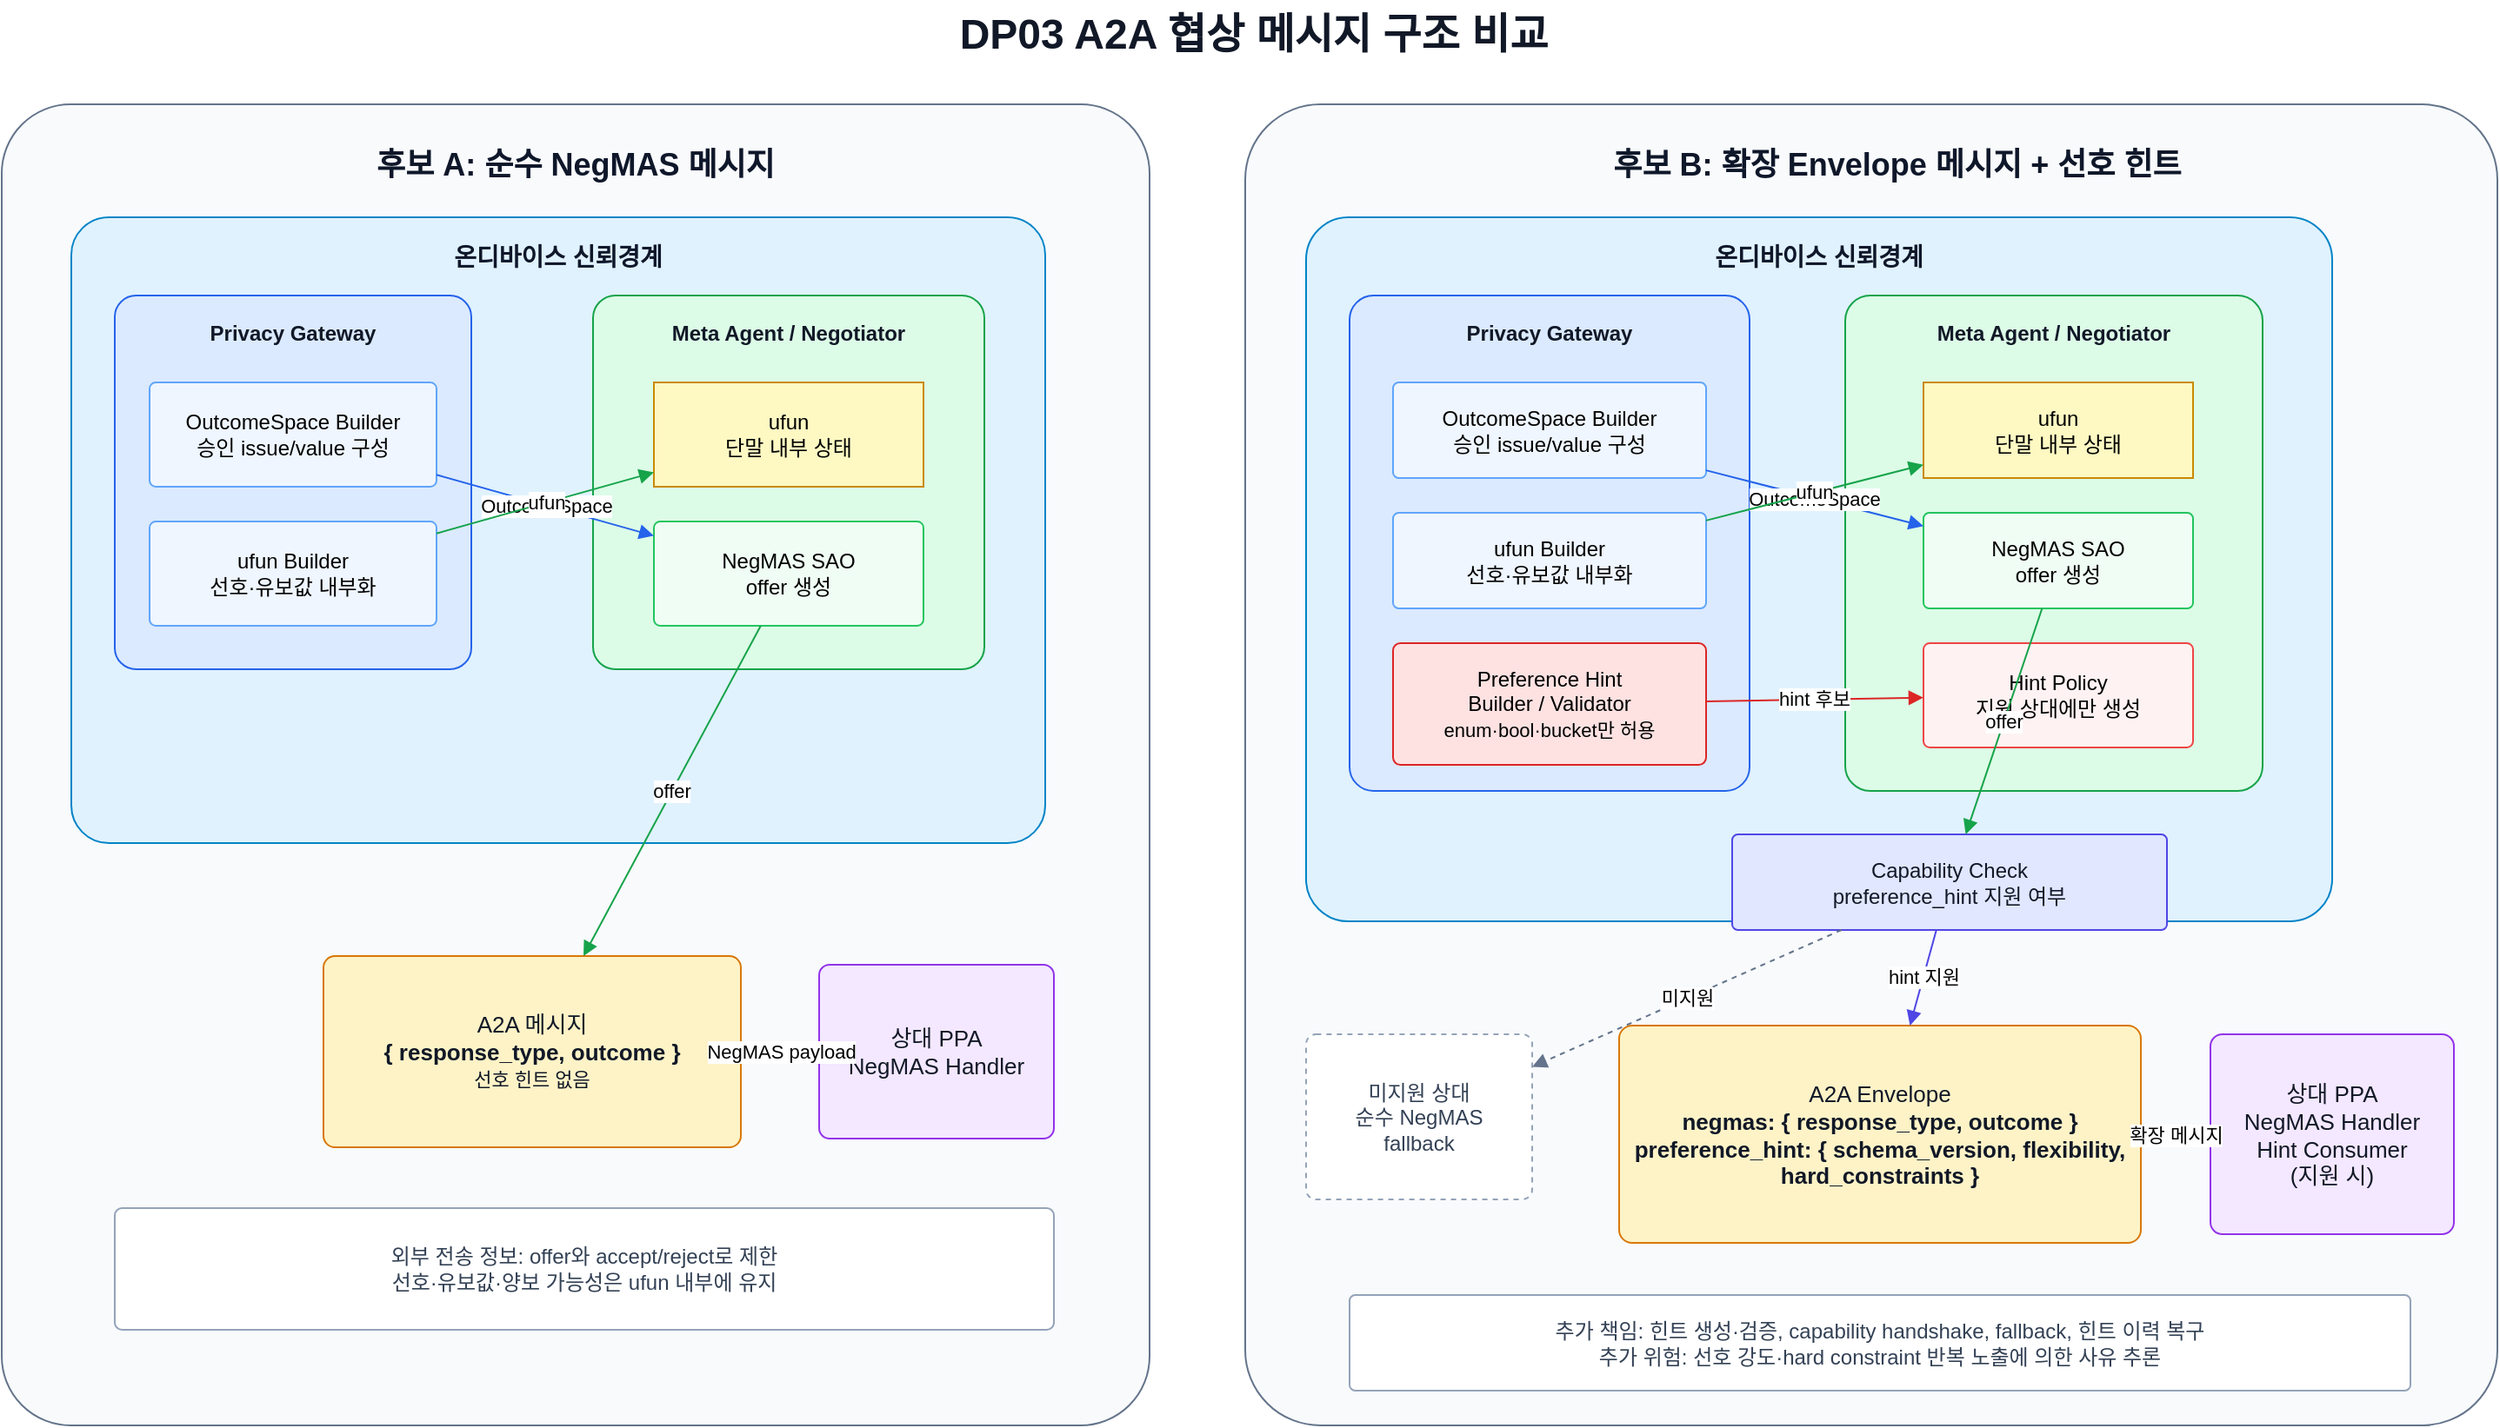
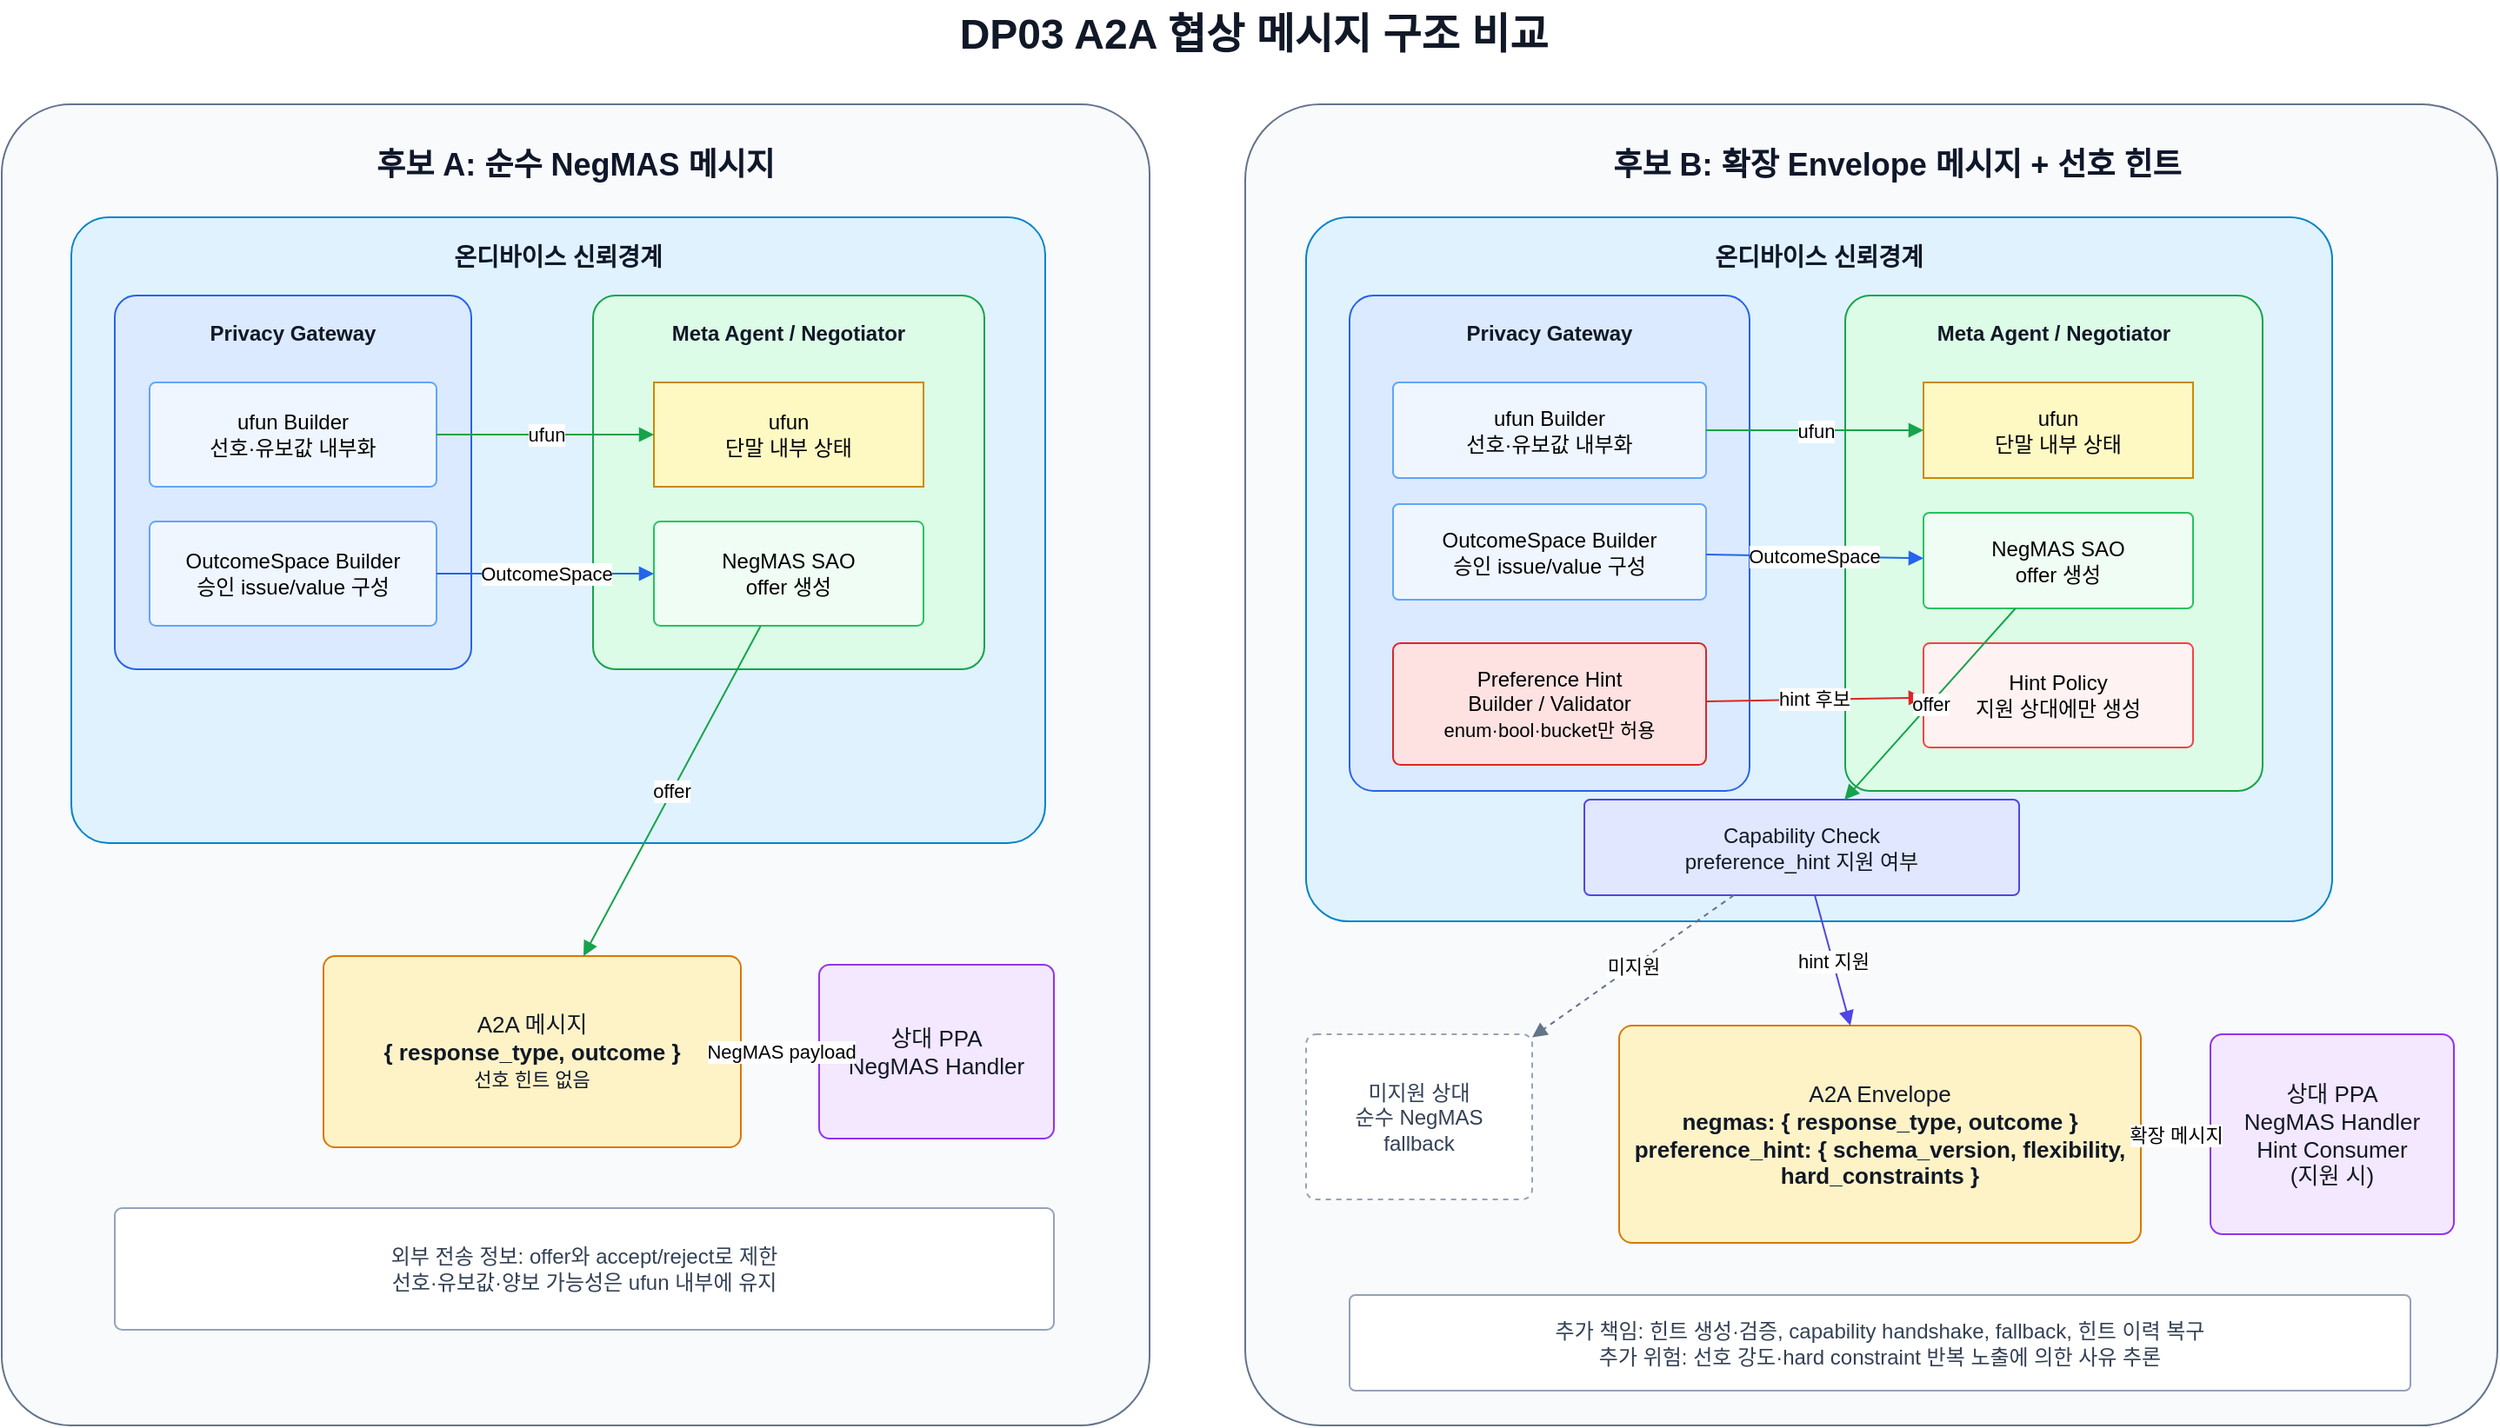
- <mxfile host="app.diagrams.net" modified="2026-07-02T00:00:00.000Z" agent="Codex" version="24.7.17">
+ <mxfile host="Electron" agent="Codex">
  <diagram id="a2a-negotiation-message-structure" name="A2A 협상 메시지 구조">
-     <mxGraphModel dx="1460" dy="900" grid="1" gridSize="10" guides="1" tooltips="1" connect="1" arrows="1" fold="1" page="1" pageScale="1" pageWidth="1500" pageHeight="900" math="0" shadow="0">
+     <mxGraphModel dx="1536" dy="878" grid="1" gridSize="10" guides="1" tooltips="1" connect="1" arrows="1" fold="1" page="1" pageScale="1" pageWidth="1500" pageHeight="900" math="0" shadow="0">
      <root>
-         <mxCell id="0"/>
-         <mxCell id="1" parent="0"/>
-         <mxCell id="title" value="DP03 A2A 협상 메시지 구조 비교" style="text;html=1;strokeColor=none;fillColor=none;align=center;verticalAlign=middle;whiteSpace=wrap;rounded=0;fontSize=24;fontStyle=1;fontColor=#111827;" vertex="1" parent="1">
-           <mxGeometry x="390" y="20" width="720" height="40" as="geometry"/>
+         <mxCell id="0" />
+         <mxCell id="1" parent="0" />
+         <mxCell id="title" parent="1" style="text;html=1;strokeColor=none;fillColor=none;align=center;verticalAlign=middle;whiteSpace=wrap;rounded=0;fontSize=24;fontStyle=1;fontColor=#111827;" value="DP03 A2A 협상 메시지 구조 비교" vertex="1">
+           <mxGeometry height="40" width="720" x="390" y="20" as="geometry" />
        </mxCell>
- 
-         <mxCell id="panelA" value="" style="rounded=1;whiteSpace=wrap;html=1;fillColor=#f8fafc;strokeColor=#64748b;arcSize=6;" vertex="1" parent="1">
-           <mxGeometry x="30" y="80" width="660" height="760" as="geometry"/>
+         <mxCell id="panelA" parent="1" style="rounded=1;whiteSpace=wrap;html=1;fillColor=#f8fafc;strokeColor=#64748b;arcSize=6;" value="" vertex="1">
+           <mxGeometry height="760" width="660" x="30" y="80" as="geometry" />
        </mxCell>
-         <mxCell id="panelATitle" value="후보 A: 순수 NegMAS 메시지" style="text;html=1;strokeColor=none;fillColor=none;align=center;verticalAlign=middle;whiteSpace=wrap;fontSize=18;fontStyle=1;fontColor=#0f172a;" vertex="1" parent="1">
-           <mxGeometry x="160" y="95" width="400" height="40" as="geometry"/>
+         <mxCell id="panelATitle" parent="1" style="text;html=1;strokeColor=none;fillColor=none;align=center;verticalAlign=middle;whiteSpace=wrap;fontSize=18;fontStyle=1;fontColor=#0f172a;" value="후보 A: 순수 NegMAS 메시지" vertex="1">
+           <mxGeometry height="40" width="400" x="160" y="95" as="geometry" />
        </mxCell>
-         <mxCell id="deviceA" value="온디바이스 신뢰경계" style="rounded=1;whiteSpace=wrap;html=1;fillColor=#e0f2fe;strokeColor=#0284c7;arcSize=6;fontSize=14;fontStyle=1;fontColor=#0f172a;verticalAlign=top;spacingTop=8;" vertex="1" parent="1">
-           <mxGeometry x="70" y="145" width="560" height="360" as="geometry"/>
+         <mxCell id="deviceA" parent="1" style="rounded=1;whiteSpace=wrap;html=1;fillColor=#e0f2fe;strokeColor=#0284c7;arcSize=6;fontSize=14;fontStyle=1;fontColor=#0f172a;verticalAlign=top;spacingTop=8;" value="온디바이스 신뢰경계" vertex="1">
+           <mxGeometry height="360" width="560" x="70" y="145" as="geometry" />
        </mxCell>
-         <mxCell id="pgA" value="Privacy Gateway" style="rounded=1;whiteSpace=wrap;html=1;fillColor=#dbeafe;strokeColor=#2563eb;arcSize=6;fontStyle=1;fontColor=#111827;verticalAlign=top;spacingTop=8;" vertex="1" parent="1">
-           <mxGeometry x="95" y="190" width="205" height="215" as="geometry"/>
+         <mxCell id="pgA" parent="1" style="rounded=1;whiteSpace=wrap;html=1;fillColor=#dbeafe;strokeColor=#2563eb;arcSize=6;fontStyle=1;fontColor=#111827;verticalAlign=top;spacingTop=8;" value="Privacy Gateway" vertex="1">
+           <mxGeometry height="215" width="205" x="95" y="190" as="geometry" />
        </mxCell>
-         <mxCell id="osA" value="OutcomeSpace Builder&lt;br&gt;승인 issue/value 구성" style="rounded=1;whiteSpace=wrap;html=1;fillColor=#eff6ff;strokeColor=#60a5fa;arcSize=6;fontSize=12;" vertex="1" parent="1">
-           <mxGeometry x="115" y="240" width="165" height="60" as="geometry"/>
+         <mxCell id="osA" parent="1" style="rounded=1;whiteSpace=wrap;html=1;fillColor=#eff6ff;strokeColor=#60a5fa;arcSize=6;fontSize=12;" value="OutcomeSpace Builder&lt;br&gt;승인 issue/value 구성" vertex="1">
+           <mxGeometry height="60" width="165" x="115" y="320" as="geometry" />
        </mxCell>
-         <mxCell id="ufunA" value="ufun Builder&lt;br&gt;선호·유보값 내부화" style="rounded=1;whiteSpace=wrap;html=1;fillColor=#eff6ff;strokeColor=#60a5fa;arcSize=6;fontSize=12;" vertex="1" parent="1">
-           <mxGeometry x="115" y="320" width="165" height="60" as="geometry"/>
+         <mxCell id="ufunA" parent="1" style="rounded=1;whiteSpace=wrap;html=1;fillColor=#eff6ff;strokeColor=#60a5fa;arcSize=6;fontSize=12;" value="ufun Builder&lt;br&gt;선호·유보값 내부화" vertex="1">
+           <mxGeometry height="60" width="165" x="115" y="240" as="geometry" />
        </mxCell>
-         <mxCell id="metaA" value="Meta Agent / Negotiator" style="rounded=1;whiteSpace=wrap;html=1;fillColor=#dcfce7;strokeColor=#16a34a;arcSize=6;fontStyle=1;fontColor=#111827;verticalAlign=top;spacingTop=8;" vertex="1" parent="1">
-           <mxGeometry x="370" y="190" width="225" height="215" as="geometry"/>
+         <mxCell id="metaA" parent="1" style="rounded=1;whiteSpace=wrap;html=1;fillColor=#dcfce7;strokeColor=#16a34a;arcSize=6;fontStyle=1;fontColor=#111827;verticalAlign=top;spacingTop=8;" value="Meta Agent / Negotiator" vertex="1">
+           <mxGeometry height="215" width="225" x="370" y="190" as="geometry" />
        </mxCell>
-         <mxCell id="localUfunA" value="ufun&lt;br&gt;단말 내부 상태" style="shape=cylinder3d;whiteSpace=wrap;html=1;boundedLbl=1;backgroundOutline=1;size=15;fillColor=#fef9c3;strokeColor=#ca8a04;fontSize=12;" vertex="1" parent="1">
-           <mxGeometry x="405" y="240" width="155" height="60" as="geometry"/>
+         <mxCell id="localUfunA" parent="1" style="shape=cylinder3d;whiteSpace=wrap;html=1;boundedLbl=1;backgroundOutline=1;size=15;fillColor=#fef9c3;strokeColor=#ca8a04;fontSize=12;" value="ufun&lt;br&gt;단말 내부 상태" vertex="1">
+           <mxGeometry height="60" width="155" x="405" y="240" as="geometry" />
        </mxCell>
-         <mxCell id="negA" value="NegMAS SAO&lt;br&gt;offer 생성" style="rounded=1;whiteSpace=wrap;html=1;fillColor=#f0fdf4;strokeColor=#22c55e;arcSize=6;fontSize=12;" vertex="1" parent="1">
-           <mxGeometry x="405" y="320" width="155" height="60" as="geometry"/>
+         <mxCell id="negA" parent="1" style="rounded=1;whiteSpace=wrap;html=1;fillColor=#f0fdf4;strokeColor=#22c55e;arcSize=6;fontSize=12;" value="NegMAS SAO&lt;br&gt;offer 생성" vertex="1">
+           <mxGeometry height="60" width="155" x="405" y="320" as="geometry" />
        </mxCell>
-         <mxCell id="msgA" value="A2A 메시지&lt;br&gt;&lt;b&gt;{ response_type, outcome }&lt;/b&gt;&lt;br&gt;&lt;font style=&quot;font-size: 11px;&quot;&gt;선호 힌트 없음&lt;/font&gt;" style="rounded=1;whiteSpace=wrap;html=1;fillColor=#fef3c7;strokeColor=#d97706;arcSize=6;fontSize=13;fontColor=#111827;" vertex="1" parent="1">
-           <mxGeometry x="215" y="570" width="240" height="110" as="geometry"/>
+         <mxCell id="msgA" parent="1" style="rounded=1;whiteSpace=wrap;html=1;fillColor=#fef3c7;strokeColor=#d97706;arcSize=6;fontSize=13;fontColor=#111827;" value="A2A 메시지&lt;br&gt;&lt;b&gt;{ response_type, outcome }&lt;/b&gt;&lt;br&gt;&lt;font style=&quot;font-size: 11px;&quot;&gt;선호 힌트 없음&lt;/font&gt;" vertex="1">
+           <mxGeometry height="110" width="240" x="215" y="570" as="geometry" />
        </mxCell>
-         <mxCell id="ppaA" value="상대 PPA&lt;br&gt;NegMAS Handler" style="rounded=1;whiteSpace=wrap;html=1;fillColor=#f3e8ff;strokeColor=#9333ea;arcSize=6;fontSize=13;fontColor=#111827;" vertex="1" parent="1">
-           <mxGeometry x="500" y="575" width="135" height="100" as="geometry"/>
+         <mxCell id="ppaA" parent="1" style="rounded=1;whiteSpace=wrap;html=1;fillColor=#f3e8ff;strokeColor=#9333ea;arcSize=6;fontSize=13;fontColor=#111827;" value="상대 PPA&lt;br&gt;NegMAS Handler" vertex="1">
+           <mxGeometry height="100" width="135" x="500" y="575" as="geometry" />
        </mxCell>
-         <mxCell id="noteA" value="외부 전송 정보: offer와 accept/reject로 제한&lt;br&gt;선호·유보값·양보 가능성은 ufun 내부에 유지" style="rounded=1;whiteSpace=wrap;html=1;fillColor=#ffffff;strokeColor=#94a3b8;arcSize=6;fontSize=12;fontColor=#334155;" vertex="1" parent="1">
-           <mxGeometry x="95" y="715" width="540" height="70" as="geometry"/>
+         <mxCell id="noteA" parent="1" style="rounded=1;whiteSpace=wrap;html=1;fillColor=#ffffff;strokeColor=#94a3b8;arcSize=6;fontSize=12;fontColor=#334155;" value="외부 전송 정보: offer와 accept/reject로 제한&lt;br&gt;선호·유보값·양보 가능성은 ufun 내부에 유지" vertex="1">
+           <mxGeometry height="70" width="540" x="95" y="715" as="geometry" />
        </mxCell>
- 
-         <mxCell id="edgeA1" value="OutcomeSpace" style="endArrow=block;html=1;rounded=0;strokeColor=#2563eb;fontSize=11;" edge="1" parent="1" source="osA" target="negA">
-           <mxGeometry relative="1" as="geometry"/>
+         <mxCell id="edgeA1" edge="1" parent="1" source="osA" style="endArrow=block;html=1;rounded=0;strokeColor=#2563eb;fontSize=11;" target="negA" value="OutcomeSpace">
+           <mxGeometry relative="1" as="geometry" />
        </mxCell>
-         <mxCell id="edgeA2" value="ufun" style="endArrow=block;html=1;rounded=0;strokeColor=#16a34a;fontSize=11;" edge="1" parent="1" source="ufunA" target="localUfunA">
-           <mxGeometry relative="1" as="geometry"/>
+         <mxCell id="edgeA2" edge="1" parent="1" source="ufunA" style="endArrow=block;html=1;rounded=0;strokeColor=#16a34a;fontSize=11;" target="localUfunA" value="ufun">
+           <mxGeometry relative="1" as="geometry" />
        </mxCell>
-         <mxCell id="edgeA3" value="offer" style="endArrow=block;html=1;rounded=0;strokeColor=#16a34a;fontSize=11;" edge="1" parent="1" source="negA" target="msgA">
-           <mxGeometry relative="1" as="geometry"/>
+         <mxCell id="edgeA3" edge="1" parent="1" source="negA" style="endArrow=block;html=1;rounded=0;strokeColor=#16a34a;fontSize=11;" target="msgA" value="offer">
+           <mxGeometry relative="1" as="geometry" />
        </mxCell>
-         <mxCell id="edgeA4" value="NegMAS payload" style="endArrow=block;html=1;rounded=0;strokeColor=#d97706;fontSize=11;" edge="1" parent="1" source="msgA" target="ppaA">
-           <mxGeometry relative="1" as="geometry"/>
+         <mxCell id="edgeA4" edge="1" parent="1" source="msgA" style="endArrow=block;html=1;rounded=0;strokeColor=#d97706;fontSize=11;" target="ppaA" value="NegMAS payload">
+           <mxGeometry relative="1" as="geometry" />
        </mxCell>
- 
-         <mxCell id="panelB" value="" style="rounded=1;whiteSpace=wrap;html=1;fillColor=#f8fafc;strokeColor=#64748b;arcSize=6;" vertex="1" parent="1">
-           <mxGeometry x="745" y="80" width="720" height="760" as="geometry"/>
+         <mxCell id="panelB" parent="1" style="rounded=1;whiteSpace=wrap;html=1;fillColor=#f8fafc;strokeColor=#64748b;arcSize=6;" value="" vertex="1">
+           <mxGeometry height="760" width="720" x="745" y="80" as="geometry" />
        </mxCell>
-         <mxCell id="panelBTitle" value="후보 B: 확장 Envelope 메시지 + 선호 힌트" style="text;html=1;strokeColor=none;fillColor=none;align=center;verticalAlign=middle;whiteSpace=wrap;fontSize=18;fontStyle=1;fontColor=#0f172a;" vertex="1" parent="1">
-           <mxGeometry x="900" y="95" width="440" height="40" as="geometry"/>
+         <mxCell id="panelBTitle" parent="1" style="text;html=1;strokeColor=none;fillColor=none;align=center;verticalAlign=middle;whiteSpace=wrap;fontSize=18;fontStyle=1;fontColor=#0f172a;" value="후보 B: 확장 Envelope 메시지 + 선호 힌트" vertex="1">
+           <mxGeometry height="40" width="440" x="900" y="95" as="geometry" />
        </mxCell>
-         <mxCell id="deviceB" value="온디바이스 신뢰경계" style="rounded=1;whiteSpace=wrap;html=1;fillColor=#e0f2fe;strokeColor=#0284c7;arcSize=6;fontSize=14;fontStyle=1;fontColor=#0f172a;verticalAlign=top;spacingTop=8;" vertex="1" parent="1">
-           <mxGeometry x="780" y="145" width="590" height="405" as="geometry"/>
+         <mxCell id="deviceB" parent="1" style="rounded=1;whiteSpace=wrap;html=1;fillColor=#e0f2fe;strokeColor=#0284c7;arcSize=6;fontSize=14;fontStyle=1;fontColor=#0f172a;verticalAlign=top;spacingTop=8;" value="온디바이스 신뢰경계" vertex="1">
+           <mxGeometry height="405" width="590" x="780" y="145" as="geometry" />
        </mxCell>
-         <mxCell id="pgB" value="Privacy Gateway" style="rounded=1;whiteSpace=wrap;html=1;fillColor=#dbeafe;strokeColor=#2563eb;arcSize=6;fontStyle=1;fontColor=#111827;verticalAlign=top;spacingTop=8;" vertex="1" parent="1">
-           <mxGeometry x="805" y="190" width="230" height="285" as="geometry"/>
+         <mxCell id="pgB" parent="1" style="rounded=1;whiteSpace=wrap;html=1;fillColor=#dbeafe;strokeColor=#2563eb;arcSize=6;fontStyle=1;fontColor=#111827;verticalAlign=top;spacingTop=8;" value="Privacy Gateway" vertex="1">
+           <mxGeometry height="285" width="230" x="805" y="190" as="geometry" />
        </mxCell>
-         <mxCell id="osB" value="OutcomeSpace Builder&lt;br&gt;승인 issue/value 구성" style="rounded=1;whiteSpace=wrap;html=1;fillColor=#eff6ff;strokeColor=#60a5fa;arcSize=6;fontSize=12;" vertex="1" parent="1">
-           <mxGeometry x="830" y="240" width="180" height="55" as="geometry"/>
+         <mxCell id="osB" parent="1" style="rounded=1;whiteSpace=wrap;html=1;fillColor=#eff6ff;strokeColor=#60a5fa;arcSize=6;fontSize=12;" value="OutcomeSpace Builder&lt;br&gt;승인 issue/value 구성" vertex="1">
+           <mxGeometry height="55" width="180" x="830" y="310" as="geometry" />
        </mxCell>
-         <mxCell id="ufunB" value="ufun Builder&lt;br&gt;선호·유보값 내부화" style="rounded=1;whiteSpace=wrap;html=1;fillColor=#eff6ff;strokeColor=#60a5fa;arcSize=6;fontSize=12;" vertex="1" parent="1">
-           <mxGeometry x="830" y="315" width="180" height="55" as="geometry"/>
+         <mxCell id="ufunB" parent="1" style="rounded=1;whiteSpace=wrap;html=1;fillColor=#eff6ff;strokeColor=#60a5fa;arcSize=6;fontSize=12;" value="ufun Builder&lt;br&gt;선호·유보값 내부화" vertex="1">
+           <mxGeometry height="55" width="180" x="830" y="240" as="geometry" />
        </mxCell>
-         <mxCell id="hintB" value="Preference Hint&lt;br&gt;Builder / Validator&lt;br&gt;&lt;font style=&quot;font-size: 11px;&quot;&gt;enum·bool·bucket만 허용&lt;/font&gt;" style="rounded=1;whiteSpace=wrap;html=1;fillColor=#fee2e2;strokeColor=#dc2626;arcSize=6;fontSize=12;" vertex="1" parent="1">
-           <mxGeometry x="830" y="390" width="180" height="70" as="geometry"/>
+         <mxCell id="hintB" parent="1" style="rounded=1;whiteSpace=wrap;html=1;fillColor=#fee2e2;strokeColor=#dc2626;arcSize=6;fontSize=12;" value="Preference Hint&lt;br&gt;Builder / Validator&lt;br&gt;&lt;font style=&quot;font-size: 11px;&quot;&gt;enum·bool·bucket만 허용&lt;/font&gt;" vertex="1">
+           <mxGeometry height="70" width="180" x="830" y="390" as="geometry" />
        </mxCell>
-         <mxCell id="metaB" value="Meta Agent / Negotiator" style="rounded=1;whiteSpace=wrap;html=1;fillColor=#dcfce7;strokeColor=#16a34a;arcSize=6;fontStyle=1;fontColor=#111827;verticalAlign=top;spacingTop=8;" vertex="1" parent="1">
-           <mxGeometry x="1090" y="190" width="240" height="285" as="geometry"/>
+         <mxCell id="metaB" parent="1" style="rounded=1;whiteSpace=wrap;html=1;fillColor=#dcfce7;strokeColor=#16a34a;arcSize=6;fontStyle=1;fontColor=#111827;verticalAlign=top;spacingTop=8;" value="Meta Agent / Negotiator" vertex="1">
+           <mxGeometry height="285" width="240" x="1090" y="190" as="geometry" />
        </mxCell>
-         <mxCell id="localUfunB" value="ufun&lt;br&gt;단말 내부 상태" style="shape=cylinder3d;whiteSpace=wrap;html=1;boundedLbl=1;backgroundOutline=1;size=15;fillColor=#fef9c3;strokeColor=#ca8a04;fontSize=12;" vertex="1" parent="1">
-           <mxGeometry x="1135" y="240" width="155" height="55" as="geometry"/>
+         <mxCell id="localUfunB" parent="1" style="shape=cylinder3d;whiteSpace=wrap;html=1;boundedLbl=1;backgroundOutline=1;size=15;fillColor=#fef9c3;strokeColor=#ca8a04;fontSize=12;" value="ufun&lt;br&gt;단말 내부 상태" vertex="1">
+           <mxGeometry height="55" width="155" x="1135" y="240" as="geometry" />
        </mxCell>
-         <mxCell id="negB" value="NegMAS SAO&lt;br&gt;offer 생성" style="rounded=1;whiteSpace=wrap;html=1;fillColor=#f0fdf4;strokeColor=#22c55e;arcSize=6;fontSize=12;" vertex="1" parent="1">
-           <mxGeometry x="1135" y="315" width="155" height="55" as="geometry"/>
+         <mxCell id="negB" parent="1" style="rounded=1;whiteSpace=wrap;html=1;fillColor=#f0fdf4;strokeColor=#22c55e;arcSize=6;fontSize=12;" value="NegMAS SAO&lt;br&gt;offer 생성" vertex="1">
+           <mxGeometry height="55" width="155" x="1135" y="315" as="geometry" />
        </mxCell>
-         <mxCell id="hintReqB" value="Hint Policy&lt;br&gt;지원 상대에만 생성" style="rounded=1;whiteSpace=wrap;html=1;fillColor=#fef2f2;strokeColor=#ef4444;arcSize=6;fontSize=12;" vertex="1" parent="1">
-           <mxGeometry x="1135" y="390" width="155" height="60" as="geometry"/>
+         <mxCell id="hintReqB" parent="1" style="rounded=1;whiteSpace=wrap;html=1;fillColor=#fef2f2;strokeColor=#ef4444;arcSize=6;fontSize=12;" value="Hint Policy&lt;br&gt;지원 상대에만 생성" vertex="1">
+           <mxGeometry height="60" width="155" x="1135" y="390" as="geometry" />
        </mxCell>
-         <mxCell id="capB" value="Capability Check&lt;br&gt;preference_hint 지원 여부" style="rounded=1;whiteSpace=wrap;html=1;fillColor=#e0e7ff;strokeColor=#4f46e5;arcSize=6;fontSize=12;fontColor=#111827;" vertex="1" parent="1">
-           <mxGeometry x="1025" y="500" width="250" height="55" as="geometry"/>
+         <mxCell id="capB" parent="1" style="rounded=1;whiteSpace=wrap;html=1;fillColor=#e0e7ff;strokeColor=#4f46e5;arcSize=6;fontSize=12;fontColor=#111827;" value="Capability Check&lt;br&gt;preference_hint 지원 여부" vertex="1">
+           <mxGeometry height="55" width="250" x="940" y="480" as="geometry" />
        </mxCell>
-         <mxCell id="fallbackB" value="미지원 상대&lt;br&gt;순수 NegMAS&lt;br&gt;fallback" style="rounded=1;whiteSpace=wrap;html=1;fillColor=#ffffff;strokeColor=#94a3b8;arcSize=6;fontSize=12;fontColor=#334155;dashed=1;" vertex="1" parent="1">
-           <mxGeometry x="780" y="615" width="130" height="95" as="geometry"/>
+         <mxCell id="fallbackB" parent="1" style="rounded=1;whiteSpace=wrap;html=1;fillColor=#ffffff;strokeColor=#94a3b8;arcSize=6;fontSize=12;fontColor=#334155;dashed=1;" value="미지원 상대&lt;br&gt;순수 NegMAS&lt;br&gt;fallback" vertex="1">
+           <mxGeometry height="95" width="130" x="780" y="615" as="geometry" />
        </mxCell>
-         <mxCell id="envB" value="A2A Envelope&lt;br&gt;&lt;b&gt;negmas: { response_type, outcome }&lt;/b&gt;&lt;br&gt;&lt;b&gt;preference_hint: { schema_version, flexibility, hard_constraints }&lt;/b&gt;" style="rounded=1;whiteSpace=wrap;html=1;fillColor=#fef3c7;strokeColor=#d97706;arcSize=6;fontSize=13;fontColor=#111827;" vertex="1" parent="1">
-           <mxGeometry x="960" y="610" width="300" height="125" as="geometry"/>
+         <mxCell id="envB" parent="1" style="rounded=1;whiteSpace=wrap;html=1;fillColor=#fef3c7;strokeColor=#d97706;arcSize=6;fontSize=13;fontColor=#111827;" value="A2A Envelope&lt;br&gt;&lt;b&gt;negmas: { response_type, outcome }&lt;/b&gt;&lt;br&gt;&lt;b&gt;preference_hint: { schema_version, flexibility, hard_constraints }&lt;/b&gt;" vertex="1">
+           <mxGeometry height="125" width="300" x="960" y="610" as="geometry" />
        </mxCell>
-         <mxCell id="ppaB" value="상대 PPA&lt;br&gt;NegMAS Handler&lt;br&gt;Hint Consumer&lt;br&gt;(지원 시)" style="rounded=1;whiteSpace=wrap;html=1;fillColor=#f3e8ff;strokeColor=#9333ea;arcSize=6;fontSize=13;fontColor=#111827;" vertex="1" parent="1">
-           <mxGeometry x="1300" y="615" width="140" height="115" as="geometry"/>
+         <mxCell id="ppaB" parent="1" style="rounded=1;whiteSpace=wrap;html=1;fillColor=#f3e8ff;strokeColor=#9333ea;arcSize=6;fontSize=13;fontColor=#111827;" value="상대 PPA&lt;br&gt;NegMAS Handler&lt;br&gt;Hint Consumer&lt;br&gt;(지원 시)" vertex="1">
+           <mxGeometry height="115" width="140" x="1300" y="615" as="geometry" />
        </mxCell>
-         <mxCell id="noteB" value="추가 책임: 힌트 생성·검증, capability handshake, fallback, 힌트 이력 복구&lt;br&gt;추가 위험: 선호 강도·hard constraint 반복 노출에 의한 사유 추론" style="rounded=1;whiteSpace=wrap;html=1;fillColor=#ffffff;strokeColor=#94a3b8;arcSize=6;fontSize=12;fontColor=#334155;" vertex="1" parent="1">
-           <mxGeometry x="805" y="765" width="610" height="55" as="geometry"/>
+         <mxCell id="noteB" parent="1" style="rounded=1;whiteSpace=wrap;html=1;fillColor=#ffffff;strokeColor=#94a3b8;arcSize=6;fontSize=12;fontColor=#334155;" value="추가 책임: 힌트 생성·검증, capability handshake, fallback, 힌트 이력 복구&lt;br&gt;추가 위험: 선호 강도·hard constraint 반복 노출에 의한 사유 추론" vertex="1">
+           <mxGeometry height="55" width="610" x="805" y="765" as="geometry" />
        </mxCell>
- 
-         <mxCell id="edgeB1" value="OutcomeSpace" style="endArrow=block;html=1;rounded=0;strokeColor=#2563eb;fontSize=11;" edge="1" parent="1" source="osB" target="negB">
-           <mxGeometry relative="1" as="geometry"/>
+         <mxCell id="edgeB1" edge="1" parent="1" source="osB" style="endArrow=block;html=1;rounded=0;strokeColor=#2563eb;fontSize=11;" target="negB" value="OutcomeSpace">
+           <mxGeometry relative="1" as="geometry" />
        </mxCell>
-         <mxCell id="edgeB2" value="ufun" style="endArrow=block;html=1;rounded=0;strokeColor=#16a34a;fontSize=11;" edge="1" parent="1" source="ufunB" target="localUfunB">
-           <mxGeometry relative="1" as="geometry"/>
+         <mxCell id="edgeB2" edge="1" parent="1" source="ufunB" style="endArrow=block;html=1;rounded=0;strokeColor=#16a34a;fontSize=11;" target="localUfunB" value="ufun">
+           <mxGeometry relative="1" as="geometry" />
        </mxCell>
-         <mxCell id="edgeB3" value="hint 후보" style="endArrow=block;html=1;rounded=0;strokeColor=#dc2626;fontSize=11;" edge="1" parent="1" source="hintB" target="hintReqB">
-           <mxGeometry relative="1" as="geometry"/>
+         <mxCell id="edgeB3" edge="1" parent="1" source="hintB" style="endArrow=block;html=1;rounded=0;strokeColor=#dc2626;fontSize=11;" target="hintReqB" value="hint 후보">
+           <mxGeometry relative="1" as="geometry" />
        </mxCell>
-         <mxCell id="edgeB4" value="offer" style="endArrow=block;html=1;rounded=0;strokeColor=#16a34a;fontSize=11;" edge="1" parent="1" source="negB" target="capB">
-           <mxGeometry relative="1" as="geometry"/>
+         <mxCell id="edgeB4" edge="1" parent="1" source="negB" style="endArrow=block;html=1;rounded=0;strokeColor=#16a34a;fontSize=11;" target="capB" value="offer">
+           <mxGeometry relative="1" as="geometry" />
        </mxCell>
-         <mxCell id="edgeB5" value="hint 지원" style="endArrow=block;html=1;rounded=0;strokeColor=#4f46e5;fontSize=11;" edge="1" parent="1" source="capB" target="envB">
-           <mxGeometry relative="1" as="geometry"/>
+         <mxCell id="edgeB5" edge="1" parent="1" source="capB" style="endArrow=block;html=1;rounded=0;strokeColor=#4f46e5;fontSize=11;" target="envB" value="hint 지원">
+           <mxGeometry relative="1" as="geometry" />
        </mxCell>
-         <mxCell id="edgeB6" value="미지원" style="endArrow=block;html=1;rounded=0;strokeColor=#64748b;fontSize=11;dashed=1;" edge="1" parent="1" source="capB" target="fallbackB">
-           <mxGeometry relative="1" as="geometry"/>
+         <mxCell id="edgeB6" edge="1" parent="1" source="capB" style="endArrow=block;html=1;rounded=0;strokeColor=#64748b;fontSize=11;dashed=1;" target="fallbackB" value="미지원">
+           <mxGeometry relative="1" as="geometry" />
        </mxCell>
-         <mxCell id="edgeB7" value="확장 메시지" style="endArrow=block;html=1;rounded=0;strokeColor=#d97706;fontSize=11;" edge="1" parent="1" source="envB" target="ppaB">
-           <mxGeometry relative="1" as="geometry"/>
+         <mxCell id="edgeB7" edge="1" parent="1" source="envB" style="endArrow=block;html=1;rounded=0;strokeColor=#d97706;fontSize=11;" target="ppaB" value="확장 메시지">
+           <mxGeometry relative="1" as="geometry" />
        </mxCell>
      </root>
    </mxGraphModel>
  </diagram>
</mxfile>
